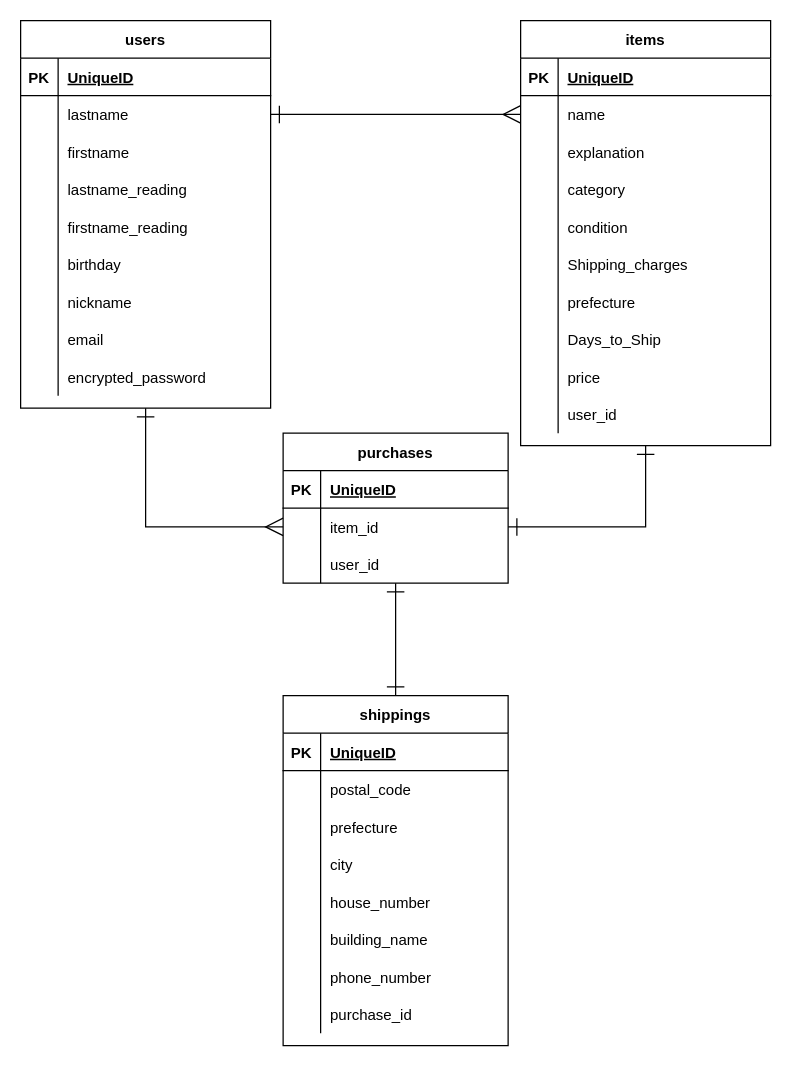
Above: ER.dio in magicalbird14/furima-25061 (draw.io), before the change. Source tidied: cells renumbered, new cells numbered last; positions are measured from the earlier drawing's top-left corner, leaving out a move shared by most shapes. Both pictures are drawn from the tidied source at 125%, with x=0, y=0 at pixel (20, 20).
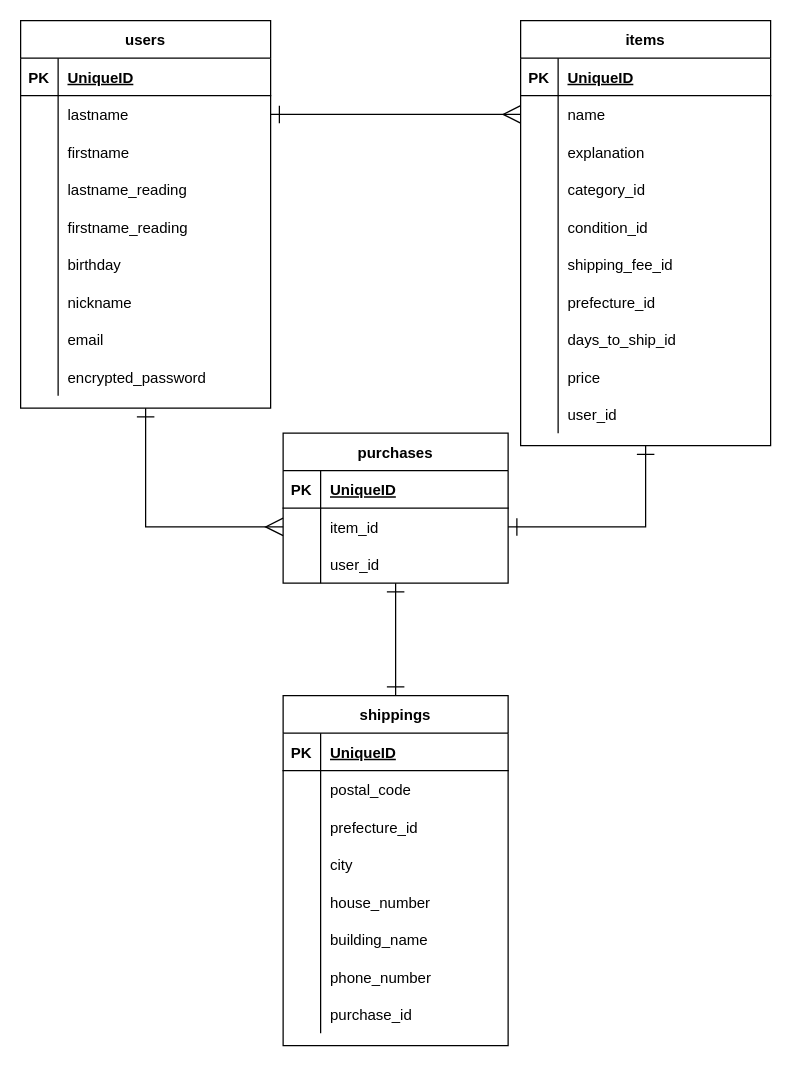
After the change.

Unchanged cells that the change refers to:
```xml
<mxCell id="41" style="shape=partialRectangle;fillColor=none;top=0;left=0;bottom=0;right=0;fontSize=12;" parent="31" vertex="1">
  <mxGeometry y="120" width="200" height="30" as="geometry" />
</mxCell>
<mxCell id="44" style="shape=partialRectangle;fillColor=none;top=0;left=0;bottom=0;right=0;fontSize=12;" parent="31" vertex="1">
  <mxGeometry y="150" width="200" height="30" as="geometry" />
</mxCell>
<mxCell id="47" style="shape=partialRectangle;fillColor=none;top=0;left=0;bottom=0;right=0;fontSize=12;" parent="31" vertex="1">
  <mxGeometry y="180" width="200" height="30" as="geometry" />
</mxCell>
<mxCell id="50" style="shape=partialRectangle;fillColor=none;top=0;left=0;bottom=0;right=0;fontSize=12;" parent="31" vertex="1">
  <mxGeometry y="210" width="200" height="30" as="geometry" />
</mxCell>
<mxCell id="53" style="shape=partialRectangle;fillColor=none;top=0;left=0;bottom=0;right=0;fontSize=12;" parent="31" vertex="1">
  <mxGeometry y="240" width="200" height="30" as="geometry" />
</mxCell>
<mxCell id="82" style="shape=partialRectangle;fillColor=none;top=0;left=0;bottom=0;right=0;fontSize=12;" parent="75" vertex="1">
  <mxGeometry y="90" width="180" height="30" as="geometry" />
</mxCell>
```

Diff of the diagram source:
```diff
@@
-    <mxCell id="43" value="category" style="shape=partialRectangle;fillColor=none;top=0;left=0;bottom=0;right=0;align=left;spacingLeft=6;overflow=hidden;fontSize=12;" parent="41" vertex="1">
+    <mxCell id="43" value="category_id" style="shape=partialRectangle;fillColor=none;top=0;left=0;bottom=0;right=0;align=left;spacingLeft=6;overflow=hidden;fontSize=12;" parent="41" vertex="1">
       <mxGeometry x="30" width="170" height="30" as="geometry" />
     </mxCell>
@@
-    <mxCell id="46" value="condition" style="shape=partialRectangle;fillColor=none;top=0;left=0;bottom=0;right=0;align=left;spacingLeft=6;overflow=hidden;fontSize=12;" parent="44" vertex="1">
+    <mxCell id="46" value="condition_id" style="shape=partialRectangle;fillColor=none;top=0;left=0;bottom=0;right=0;align=left;spacingLeft=6;overflow=hidden;fontSize=12;" parent="44" vertex="1">
       <mxGeometry x="30" width="170" height="30" as="geometry" />
     </mxCell>
@@
-    <mxCell id="49" value="Shipping_charges" style="shape=partialRectangle;fillColor=none;top=0;left=0;bottom=0;right=0;align=left;spacingLeft=6;overflow=hidden;fontSize=12;" parent="47" vertex="1">
+    <mxCell id="49" value="shipping_fee_id" style="shape=partialRectangle;fillColor=none;top=0;left=0;bottom=0;right=0;align=left;spacingLeft=6;overflow=hidden;fontSize=12;" parent="47" vertex="1">
       <mxGeometry x="30" width="170" height="30" as="geometry" />
     </mxCell>
@@
-    <mxCell id="52" value="prefecture" style="shape=partialRectangle;fillColor=none;top=0;left=0;bottom=0;right=0;align=left;spacingLeft=6;overflow=hidden;fontSize=12;" parent="50" vertex="1">
+    <mxCell id="52" value="prefecture_id" style="shape=partialRectangle;fillColor=none;top=0;left=0;bottom=0;right=0;align=left;spacingLeft=6;overflow=hidden;fontSize=12;" parent="50" vertex="1">
       <mxGeometry x="30" width="170" height="30" as="geometry" />
     </mxCell>
@@
-    <mxCell id="55" value="Days_to_Ship" style="shape=partialRectangle;fillColor=none;top=0;left=0;bottom=0;right=0;align=left;spacingLeft=6;overflow=hidden;fontSize=12;" parent="53" vertex="1">
+    <mxCell id="55" value="days_to_ship_id" style="shape=partialRectangle;fillColor=none;top=0;left=0;bottom=0;right=0;align=left;spacingLeft=6;overflow=hidden;fontSize=12;" parent="53" vertex="1">
       <mxGeometry x="30" width="170" height="30" as="geometry" />
     </mxCell>
@@
-    <mxCell id="84" value="prefecture" style="shape=partialRectangle;fillColor=none;top=0;left=0;bottom=0;right=0;align=left;spacingLeft=6;overflow=hidden;fontSize=12;" parent="82" vertex="1">
+    <mxCell id="84" value="prefecture_id" style="shape=partialRectangle;fillColor=none;top=0;left=0;bottom=0;right=0;align=left;spacingLeft=6;overflow=hidden;fontSize=12;" parent="82" vertex="1">
       <mxGeometry x="30" width="150" height="30" as="geometry" />
     </mxCell>
```
